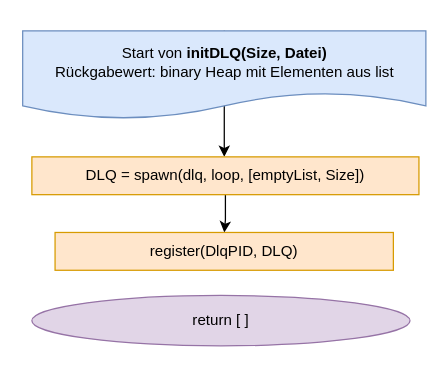
krisschaaf/Hausarbeit_Erlang_Queues keeps this draw.io diagram as Grafiken:Bilder/draw.io/DLQ/1. initDLQ.drawio. Above is the earlier version. Source tidied: cells renumbered, new cells numbered last; positions are measured from the earlier drawing's top-left corner, leaving out a move shared by most shapes. Both pictures are drawn from the tidied source at 126%, with x=0, y=0 at pixel (21, 30).
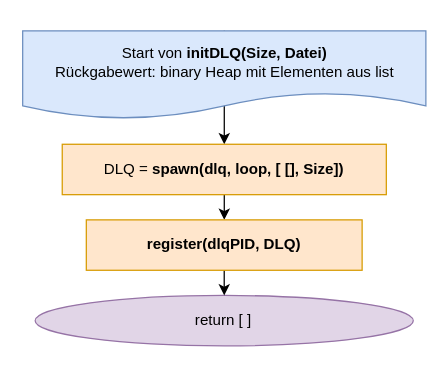
After the change.

Diff of the diagram source:
```diff
@@
 <mxGraphModel>
   <root>
     <mxCell id="0" />
     <mxCell id="1" parent="0" />
-    <mxCell id="2" style="edgeStyle=orthogonalEdgeStyle;rounded=0;jettySize=auto;html=1;exitX=0.5;exitY=0;exitDx=0;exitDy=0;" parent="1" edge="1" source="3">
+    <mxCell id="2" style="edgeStyle=orthogonalEdgeStyle;rounded=0;jettySize=auto;html=1;exitX=0.5;exitY=0;exitDx=0;exitDy=0;entryX=0.5;entryY=0;entryDx=0;entryDy=0;" parent="1" edge="1" source="3" target="6">
       <mxGeometry relative="1" as="geometry">
-        <mxPoint x="160.5" y="100" as="targetPoint" />
         <Array as="points">
-          <mxPoint x="160.6" y="20" />
-          <mxPoint x="160.6" y="20" />
+          <mxPoint x="160" y="50" />
+          <mxPoint x="160" y="50" />
         </Array>
       </mxGeometry>
     </mxCell>
     <mxCell id="3" value="Start von &lt;b&gt;initDLQ(Size, Datei)&lt;/b&gt;&lt;br&gt;Rückgabewert: binary Heap mit Elementen aus list" style="shape=document;whiteSpace=wrap;html=1;boundedLbl=1;fillColor=#dae8fc;strokeColor=#6c8ebf;" parent="1" vertex="1">
       <mxGeometry x="0.5" width="320" height="70" as="geometry" />
     </mxCell>
     <mxCell id="4" value="return [ ]" style="ellipse;whiteSpace=wrap;html=1;rounded=0;fillColor=#e1d5e7;strokeColor=#9673a6;" parent="1" vertex="1">
-      <mxGeometry x="7.8" y="210" width="300.1" height="40" as="geometry" />
+      <mxGeometry x="10.4" y="210" width="300.1" height="40" as="geometry" />
     </mxCell>
     <mxCell id="5" style="edgeStyle=orthogonalEdgeStyle;rounded=0;jettySize=auto;html=1;exitX=0.5;exitY=1;exitDx=0;exitDy=0;" parent="1" edge="1" source="6" target="7">
       <mxGeometry relative="1" as="geometry" />
     </mxCell>
-    <mxCell id="6" value="DLQ = spawn(dlq, loop, [emptyList, Size])" style="rounded=0;whiteSpace=wrap;html=1;fillColor=#ffe6cc;strokeColor=#d79b00;" parent="1" vertex="1">
-      <mxGeometry x="7.8" y="100" width="307.2" height="30" as="geometry" />
+    <mxCell id="6" value="DLQ = &lt;b&gt;spawn(dlq, loop, [ [], Size])&lt;/b&gt;" style="rounded=0;whiteSpace=wrap;html=1;fillColor=#ffe6cc;strokeColor=#d79b00;" parent="1" vertex="1">
+      <mxGeometry x="31.9" y="90" width="257.2" height="40" as="geometry" />
     </mxCell>
+    <mxCell id="8" style="edgeStyle=orthogonalEdgeStyle;rounded=0;jettySize=auto;html=1;exitX=0.5;exitY=1;exitDx=0;exitDy=0;entryX=0.5;entryY=0;entryDx=0;entryDy=0;" parent="1" edge="1" source="7" target="4">
+      <mxGeometry relative="1" as="geometry" />
+    </mxCell>
-    <mxCell id="7" value="register(DlqPID, DLQ)" style="rounded=0;whiteSpace=wrap;html=1;fillColor=#ffe6cc;strokeColor=#d79b00;" parent="1" vertex="1">
-      <mxGeometry x="26.2" y="160" width="268.5" height="30" as="geometry" />
+    <mxCell id="7" value="&lt;b&gt;register(dlqPID, DLQ)&lt;/b&gt;" style="rounded=0;whiteSpace=wrap;html=1;fillColor=#ffe6cc;strokeColor=#d79b00;" parent="1" vertex="1">
+      <mxGeometry x="51" y="150" width="218.9" height="40" as="geometry" />
     </mxCell>
   </root>
 </mxGraphModel>
```
